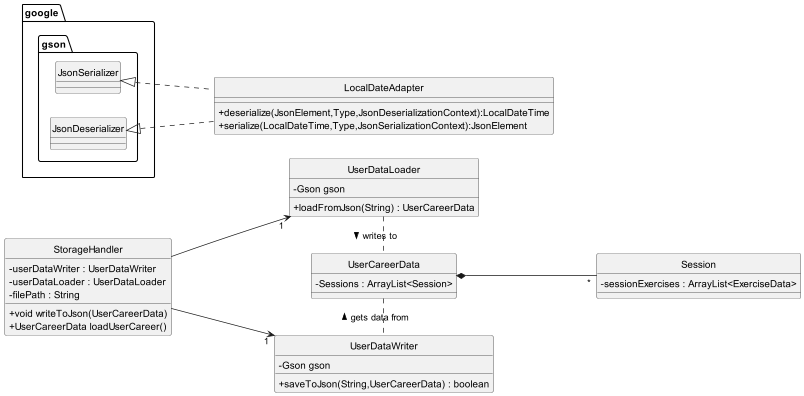
nus-cs2113-AY2223S2/tp keeps this PlantUML diagram as docs/UML/Images/StorageHandlerClass.png. Above is the earlier version. Its diagram source:
```plantuml
@startuml
skinparam classAttributeIconSize 0
hide circle
left to right direction

class LocalDateAdapter {
+ deserialize(JsonElement,Type,JsonDeserializationContext):LocalDateTime
+ serialize(LocalDateTime,Type,JsonSerializationContext):JsonElement
}
class StorageHandler {
- userDataWriter : UserDataWriter
- userDataLoader : UserDataLoader
- filePath : String
+ void writeToJson(UserCareerData)
+ UserCareerData loadUserCareer()
}
class UserDataLoader {
- Gson gson
+ loadFromJson(String) : UserCareerData
}
class UserDataWriter {
- Gson gson
+ saveToJson(String,UserCareerData) : boolean
}

class Session{
- sessionExercises : ArrayList<ExerciseData>
}

class UserCareerData{
- Sessions : ArrayList<Session>
}

UserDataLoader . UserCareerData : writes to >
UserCareerData . UserDataWriter : gets data from <

UserCareerData *-- "*" Session

StorageHandler --> "1" UserDataLoader
StorageHandler --> "1" UserDataWriter

google.gson.JsonSerializer <|.. LocalDateAdapter
google.gson.JsonDeserializer <|.. LocalDateAdapter
@enduml
```
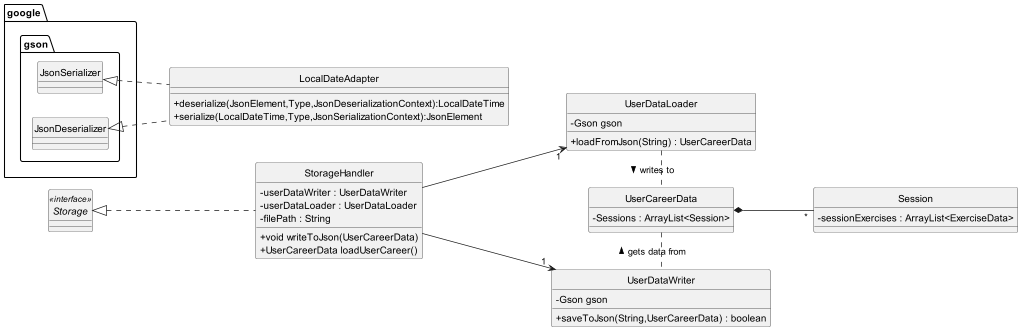
Later version of the same file.

What changed in the source:
```diff
@@ -26,6 +26,8 @@
 class Session{
 - sessionExercises : ArrayList<ExerciseData>
 }
+interface Storage <<interface>>{
+}
 
 class UserCareerData{
 - Sessions : ArrayList<Session>
@@ -36,6 +38,8 @@
 
 UserCareerData *-- "*" Session
 
+Storage <|.. StorageHandler
+
 StorageHandler --> "1" UserDataLoader
 StorageHandler --> "1" UserDataWriter
 
```
